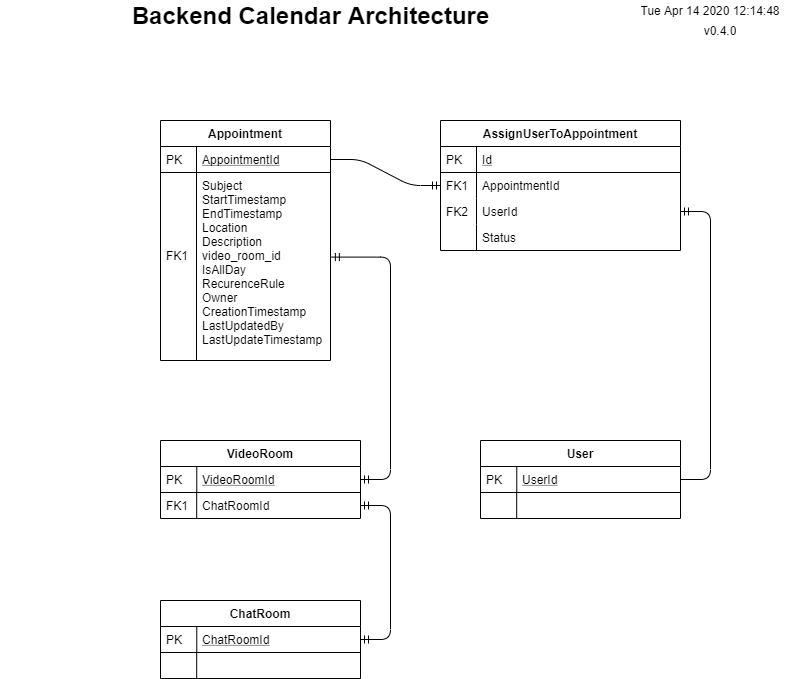
Before: documentation/architecture/Telemed Calendar solution.png, a diagram exported from draw.io (TelemedDevGroup/TelemedProtoApp). Source tidied: cells renumbered, new cells last; positions are measured from the earlier drawing's top-left corner, leaving out a move shared by most shapes.
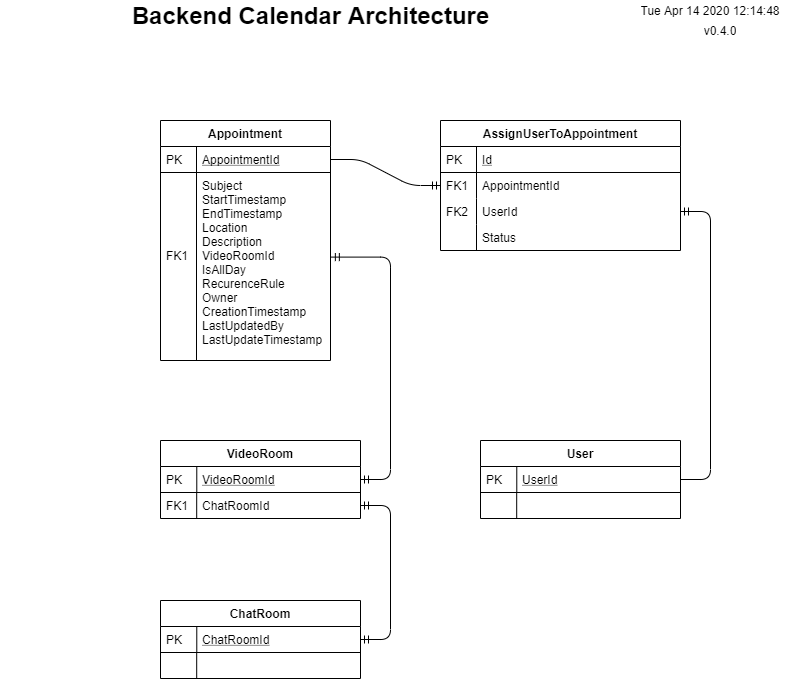
Above is the later version.

What changed in the source:
```diff
@@ -11,7 +11,7 @@
     <mxCell id="4" value="PK" style="shape=partialRectangle;top=0;left=0;bottom=0;fillColor=none;align=left;verticalAlign=top;spacingLeft=4;spacingRight=4;overflow=hidden;" parent="3" vertex="1">
       <mxGeometry width="36" height="26" as="geometry" />
     </mxCell>
-    <mxCell id="5" value="Subject&#10;StartTimestamp&#10;EndTimestamp&#10;Location&#10;Description&#10;video_room_id&#10;IsAllDay&#10;RecurenceRule&#10;Owner&#10;CreationTimestamp&#10;LastUpdatedBy&#10;LastUpdateTimestamp&#10;" style="shape=partialRectangle;top=0;left=0;right=0;bottom=0;align=left;verticalAlign=top;fillColor=none;spacingLeft=40;spacingRight=4;overflow=hidden;points=[[0,0.5],[1,0.5]];portConstraint=eastwest;rounded=0;shadow=0;strokeWidth=1;" parent="2" vertex="1">
+    <mxCell id="5" value="Subject&#10;StartTimestamp&#10;EndTimestamp&#10;Location&#10;Description&#10;VideoRoomId&#10;IsAllDay&#10;RecurenceRule&#10;Owner&#10;CreationTimestamp&#10;LastUpdatedBy&#10;LastUpdateTimestamp&#10;" style="shape=partialRectangle;top=0;left=0;right=0;bottom=0;align=left;verticalAlign=top;fillColor=none;spacingLeft=40;spacingRight=4;overflow=hidden;points=[[0,0.5],[1,0.5]];portConstraint=eastwest;rounded=0;shadow=0;strokeWidth=1;" parent="2" vertex="1">
       <mxGeometry y="52" width="170" height="188" as="geometry" />
     </mxCell>
     <mxCell id="6" value="&#10;&#10;&#10;&#10;&#10;FK1" style="shape=partialRectangle;top=0;left=0;bottom=0;fillColor=none;align=left;verticalAlign=top;spacingLeft=4;spacingRight=4;overflow=hidden;" parent="5" vertex="1">
```
